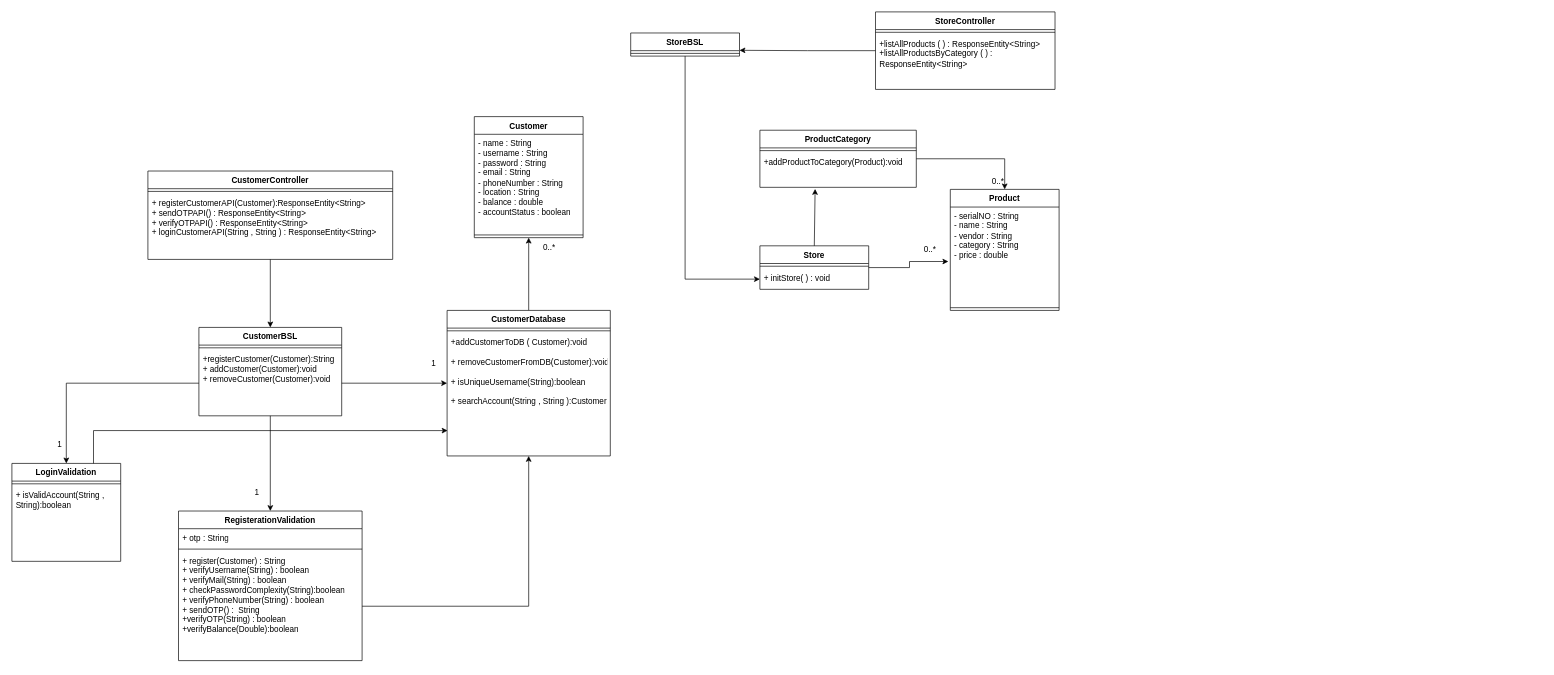
Before: class Diagram.drawio in Doha-Tarek155/orders-notifications-service, a draw.io diagram. Source tidied: cells renumbered, new cells numbered last; positions are measured from the earlier drawing's top-left corner, leaving out a move shared by most shapes. Both pictures are drawn from the tidied source at 68%, with x=0, y=0 at pixel (12, 12).
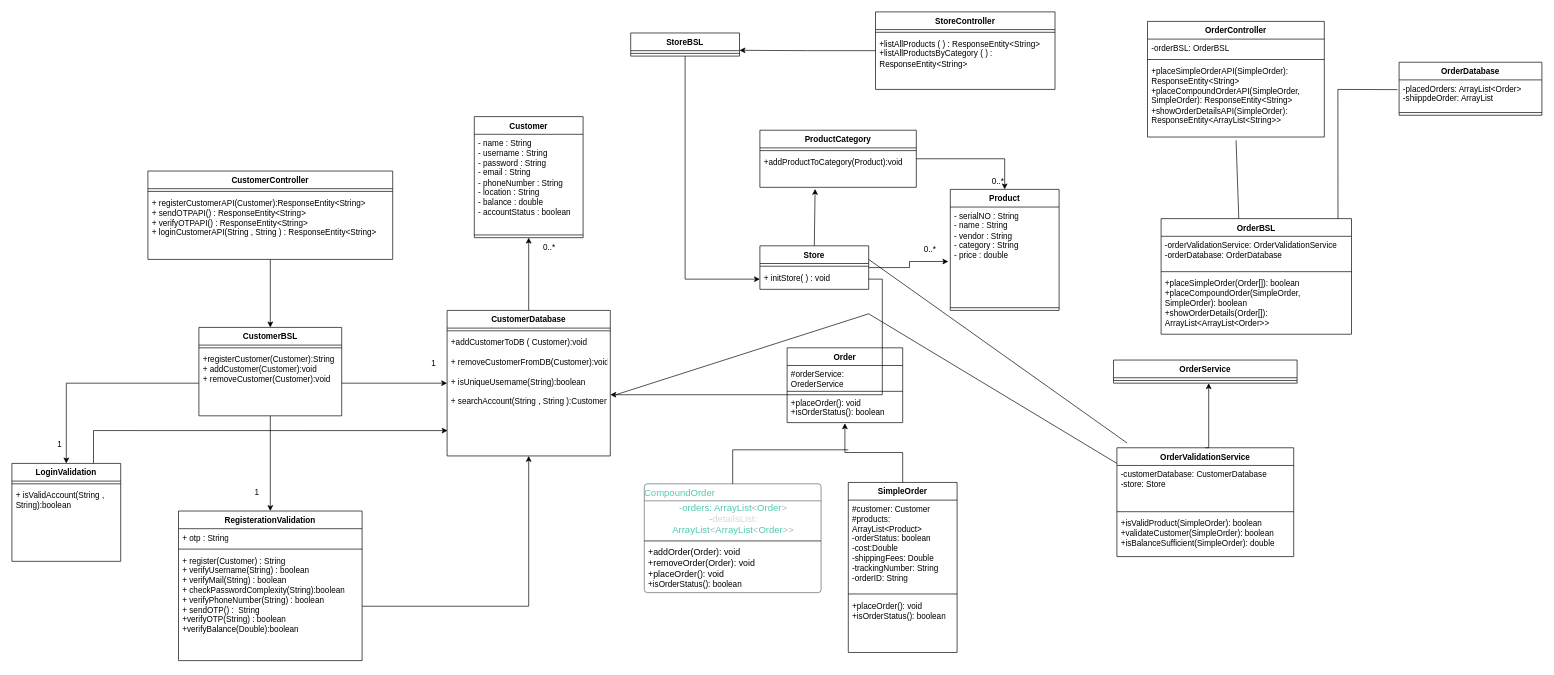
The same diagram, later.

Unchanged cells that the change refers to:
```xml
<mxCell id="16" value="+addCustomerToDB ( Customer):void&lt;br&gt;&lt;br&gt;+&amp;nbsp;removeCustomerFromDB(Customer):void&lt;br&gt;&lt;br&gt;+ isUniqueUsername(String):boolean&lt;br&gt;&lt;br&gt;+ searchAccount(String , String ):Customer" style="text;strokeColor=none;fillColor=none;align=left;verticalAlign=top;spacingLeft=4;spacingRight=4;overflow=hidden;points=[[0,0.5],[1,0.5]];portConstraint=eastwest;whiteSpace=wrap;html=1;" parent="14" vertex="1">
  <mxGeometry y="34" width="240" height="180" as="geometry" />
</mxCell>
<mxCell id="42" value="+ initStore( ) : void" style="text;strokeColor=none;fillColor=none;align=left;verticalAlign=top;spacingLeft=4;spacingRight=4;overflow=hidden;points=[[0,0.5],[1,0.5]];portConstraint=eastwest;whiteSpace=wrap;html=1;" parent="40" vertex="1">
  <mxGeometry y="34" width="160" height="30" as="geometry" />
</mxCell>
```

The edit, as a diff of the source:
```diff
@@
+    <mxCell id="54" value="Order" style="swimlane;fontStyle=1;align=center;verticalAlign=top;horizontal=1;startSize=26;whiteSpace=wrap;html=1;" parent="1" vertex="1">
+      <mxGeometry x="1140" y="494" width="170" height="110" as="geometry" />
+    </mxCell>
+    <mxCell id="55" value="#orderService: OrederService&amp;nbsp;" style="text;strokeColor=none;fillColor=none;align=left;verticalAlign=top;spacingLeft=4;spacingRight=4;overflow=hidden;whiteSpace=wrap;html=1;" parent="54" vertex="1">
+      <mxGeometry y="26" width="170" height="34" as="geometry" />
+    </mxCell>
+    <mxCell id="56" style="line;strokeWidth=1;fillColor=none;align=left;verticalAlign=middle;spacingTop=-1;spacingLeft=3;spacingRight=3;labelPosition=right;strokeColor=inherit;" parent="54" vertex="1">
+      <mxGeometry y="60" width="170" height="8" as="geometry" />
+    </mxCell>
+    <mxCell id="57" value="+placeOrder(): void&lt;br&gt;+isOrderStatus(): boolean&lt;br&gt;" style="text;strokeColor=none;fillColor=none;align=left;verticalAlign=top;spacingLeft=4;spacingRight=4;overflow=hidden;points=[[0,0.5],[1,0.5]];portConstraint=eastwest;whiteSpace=wrap;html=1;" parent="54" vertex="1">
+      <mxGeometry y="68" width="170" height="42" as="geometry" />
+    </mxCell>
+    <mxCell id="58" value="SimpleOrder" style="swimlane;fontStyle=1;align=center;verticalAlign=top;horizontal=1;startSize=26;whiteSpace=wrap;html=1;" parent="1" vertex="1">
+      <mxGeometry x="1230" y="692" width="160" height="250" as="geometry" />
+    </mxCell>
+    <mxCell id="59" value="#customer: Customer&lt;br&gt;#products: ArrayList&amp;lt;Product&amp;gt;&lt;br&gt;-orderStatus: boolean&lt;br&gt;-cost:Double&lt;br&gt;-shippingFees: Double&lt;br&gt;-trackingNumber: String&lt;br&gt;-orderID: String" style="text;strokeColor=none;fillColor=none;align=left;verticalAlign=top;spacingLeft=4;spacingRight=4;overflow=hidden;whiteSpace=wrap;html=1;" parent="58" vertex="1">
+      <mxGeometry y="26" width="160" height="134" as="geometry" />
+    </mxCell>
+    <mxCell id="60" style="line;strokeWidth=1;fillColor=none;align=left;verticalAlign=middle;spacingTop=-1;spacingLeft=3;spacingRight=3;labelPosition=right;strokeColor=inherit;" parent="58" vertex="1">
+      <mxGeometry y="160" width="160" height="8" as="geometry" />
+    </mxCell>
+    <mxCell id="61" value="+placeOrder(): void&lt;br style=&quot;border-color: var(--border-color);&quot;&gt;+isOrderStatus(): boolean&lt;font face=&quot;Consolas, Courier New, monospace&quot; color=&quot;#dcdcaa&quot;&gt;&lt;span style=&quot;font-size: 14px; background-color: rgb(30, 30, 30);&quot;&gt;&lt;br&gt;&lt;/span&gt;&lt;/font&gt;" style="text;strokeColor=none;fillColor=none;align=left;verticalAlign=top;spacingLeft=4;spacingRight=4;overflow=hidden;whiteSpace=wrap;html=1;" parent="58" vertex="1">
+      <mxGeometry y="168" width="160" height="82" as="geometry" />
+    </mxCell>
+    <mxCell id="62" value="CompoundOrder" style="html=1;overflow=block;blockSpacing=1;swimlane;horizontal=1;fontStyle=0;swimlaneFillColor=#ffffff;startSize=25;whiteSpace=wrap;fontSize=14;fontColor=#4ec9b0;align=left;spacing=0;strokeColor=#3a414a;strokeOpacity=100;rounded=1;absoluteArcSize=1;arcSize=9;strokeWidth=0.8;" parent="1" vertex="1">
+      <mxGeometry x="930" y="694" width="260" height="160" as="geometry" />
+    </mxCell>
+    <mxCell id="63" value="&lt;div style=&quot;display: flex; justify-content: center; text-align: center; align-items: baseline; font-size: 0; line-height: 1.25;margin-top: -2px;&quot;&gt;&lt;span&gt;&lt;span style=&quot;font-size:14px;color:#4ec9b0;&quot;&gt;-orders: ArrayList&lt;/span&gt;&lt;span style=&quot;font-size:14px;color:#b4b4b4;&quot;&gt;&amp;lt;&lt;/span&gt;&lt;span style=&quot;font-size:14px;color:#4ec9b0;&quot;&gt;Order&lt;/span&gt;&lt;span style=&quot;font-size:14px;color:#b4b4b4;&quot;&gt;&amp;gt;&#10;&lt;/span&gt;&lt;/span&gt;&lt;/div&gt;&lt;div style=&quot;display: flex; justify-content: center; text-align: center; align-items: baseline; font-size: 0; line-height: 1.25;margin-top: -2px;&quot;&gt;&lt;span&gt;&lt;span style=&quot;font-size:14px;color:#b4b4b4;&quot;&gt;-&lt;/span&gt;&lt;span style=&quot;font-size:14px;color:#dadada;&quot;&gt;detailsList: &lt;/span&gt;&lt;span style=&quot;font-size:14px;color:#4ec9b0;&quot;&gt;ArrayList&lt;/span&gt;&lt;span style=&quot;font-size:14px;color:#b4b4b4;&quot;&gt;&amp;lt;&lt;/span&gt;&lt;span style=&quot;font-size:14px;color:#4ec9b0;&quot;&gt;ArrayList&lt;/span&gt;&lt;span style=&quot;font-size:14px;color:#b4b4b4;&quot;&gt;&amp;lt;&lt;/span&gt;&lt;span style=&quot;font-size:14px;color:#4ec9b0;&quot;&gt;Order&lt;/span&gt;&lt;span style=&quot;font-size:14px;color:#b4b4b4;&quot;&gt;&amp;gt;&amp;gt;&lt;/span&gt;&lt;/span&gt;&lt;/div&gt;" style="html=1;strokeColor=none;fillColor=none;align=left;verticalAlign=middle;spacingLeft=4;spacingRight=4;overflow=hidden;swimlaneFillColor=#ffffff;strokeOpacity=100;whiteSpace=wrap;fontSize=14;fontColor=#4ec9b0;" parent="62" vertex="1">
+      <mxGeometry y="25" width="260" height="55" as="geometry" />
+    </mxCell>
+    <mxCell id="64" style="line;strokeWidth=1;fillColor=none;align=left;verticalAlign=middle;spacingTop=-1;spacingLeft=3;spacingRight=3;labelPosition=right;" parent="62" vertex="1">
+      <mxGeometry y="80" width="260" height="8" as="geometry" />
+    </mxCell>
+    <mxCell id="65" value="+addOrder(Order): void&lt;br&gt;+removeOrder(Order): void&lt;br&gt;+placeOrder(): void&lt;br style=&quot;border-color: var(--border-color); font-size: 12px;&quot;&gt;&lt;span style=&quot;font-size: 12px;&quot;&gt;+isOrderStatus(): boolean&lt;/span&gt;" style="strokeColor=none;fillColor=none;align=left;verticalAlign=middle;spacingLeft=4;spacingRight=4;swimlaneFillColor=#ffffff;strokeOpacity=100;whiteSpace=wrap;overflow=block;blockSpacing=1;html=1;fontSize=13;" parent="62" vertex="1">
+      <mxGeometry y="88" width="260" height="72" as="geometry" />
+    </mxCell>
+    <mxCell id="66" value="OrderService" style="swimlane;fontStyle=1;align=center;verticalAlign=top;horizontal=1;startSize=26;whiteSpace=wrap;html=1;" parent="1" vertex="1">
+      <mxGeometry x="1620" y="512" width="270" height="34" as="geometry" />
+    </mxCell>
+    <mxCell id="67" style="line;strokeWidth=1;fillColor=none;align=left;verticalAlign=middle;spacingTop=-1;spacingLeft=3;spacingRight=3;labelPosition=right;strokeColor=inherit;" parent="66" vertex="1">
+      <mxGeometry y="26" width="270" height="8" as="geometry" />
+    </mxCell>
+    <mxCell id="68" style="edgeStyle=orthogonalEdgeStyle;rounded=0;jettySize=auto;html=1;exitX=0.5;exitY=0;exitDx=0;exitDy=0;entryX=0.5;entryY=1.024;entryDx=0;entryDy=0;entryPerimeter=0;" parent="1" edge="1" source="58" target="57">
+      <mxGeometry relative="1" as="geometry" />
+    </mxCell>
+    <mxCell id="69" style="endArrow=none;html=1;rounded=0;exitX=0.5;exitY=0;exitDx=0;exitDy=0;" parent="1" edge="1" source="62">
+      <mxGeometry relative="1" as="geometry">
+        <mxPoint x="1230" y="644" as="targetPoint" />
+        <Array as="points">
+          <mxPoint x="1060" y="644" />
+        </Array>
+      </mxGeometry>
+    </mxCell>
+    <mxCell id="70" value="OrderValidationService" style="swimlane;fontStyle=1;align=center;verticalAlign=top;horizontal=1;startSize=26;whiteSpace=wrap;html=1;" parent="1" vertex="1">
+      <mxGeometry x="1625" y="641" width="260" height="160" as="geometry" />
+    </mxCell>
+    <mxCell id="71" value="-customerDatabase: CustomerDatabase&lt;br&gt;-store: Store" style="text;strokeColor=none;fillColor=none;align=left;verticalAlign=top;spacingLeft=4;spacingRight=4;overflow=hidden;whiteSpace=wrap;html=1;" parent="70" vertex="1">
+      <mxGeometry y="26" width="260" height="64" as="geometry" />
+    </mxCell>
+    <mxCell id="72" style="line;strokeWidth=1;fillColor=none;align=left;verticalAlign=middle;spacingTop=-1;spacingLeft=3;spacingRight=3;labelPosition=right;strokeColor=inherit;" parent="70" vertex="1">
+      <mxGeometry y="90" width="260" height="8" as="geometry" />
+    </mxCell>
+    <mxCell id="73" value="+isValidProduct(SimpleOrder): boolean&lt;br&gt;+validateCustomer(SimpleOrder): boolean&lt;br&gt;+isBalanceSufficient(SimpleOrder): double" style="text;strokeColor=none;fillColor=none;align=left;verticalAlign=top;spacingLeft=4;spacingRight=4;overflow=hidden;whiteSpace=wrap;html=1;" parent="70" vertex="1">
+      <mxGeometry y="98" width="260" height="62" as="geometry" />
+    </mxCell>
+    <mxCell id="74" style="edgeStyle=orthogonalEdgeStyle;rounded=0;jettySize=auto;html=1;exitX=0.5;exitY=0;exitDx=0;exitDy=0;entryX=0.5;entryY=1.024;entryDx=0;entryDy=0;entryPerimeter=0;" parent="1" edge="1" source="70">
+      <mxGeometry relative="1" as="geometry">
+        <mxPoint x="1760" y="546" as="targetPoint" />
+        <Array as="points">
+          <mxPoint x="1760" y="641" />
+        </Array>
+      </mxGeometry>
+    </mxCell>
+    <mxCell id="75" value="OrderBSL" style="swimlane;fontStyle=1;align=center;verticalAlign=top;horizontal=1;startSize=26;whiteSpace=wrap;html=1;" parent="1" vertex="1">
+      <mxGeometry x="1690" y="304" width="280" height="170" as="geometry" />
+    </mxCell>
+    <mxCell id="76" value="-orderValidationService:&amp;nbsp;OrderValidationService&lt;br&gt;-orderDatabase: OrderDatabase" style="text;strokeColor=none;fillColor=none;align=left;verticalAlign=top;spacingLeft=4;spacingRight=4;overflow=hidden;whiteSpace=wrap;html=1;" parent="75" vertex="1">
+      <mxGeometry y="26" width="280" height="48" as="geometry" />
+    </mxCell>
+    <mxCell id="77" style="line;strokeWidth=1;fillColor=none;align=left;verticalAlign=middle;spacingTop=-1;spacingLeft=3;spacingRight=3;labelPosition=right;strokeColor=inherit;" parent="75" vertex="1">
+      <mxGeometry y="74" width="280" height="8" as="geometry" />
+    </mxCell>
+    <mxCell id="78" value="+placeSimpleOrder(Order[]): boolean&lt;br&gt;+placeCompoundOrder(SimpleOrder, SimpleOrder): boolean&lt;br&gt;+showOrderDetails(Order[]): ArrayList&amp;lt;ArrayList&amp;lt;Order&amp;gt;&amp;gt;" style="text;strokeColor=none;fillColor=none;align=left;verticalAlign=top;spacingLeft=4;spacingRight=4;overflow=hidden;whiteSpace=wrap;html=1;" parent="75" vertex="1">
+      <mxGeometry y="82" width="280" height="88" as="geometry" />
+    </mxCell>
+    <mxCell id="79" value="OrderController" style="swimlane;fontStyle=1;align=center;verticalAlign=top;horizontal=1;startSize=26;whiteSpace=wrap;html=1;" parent="1" vertex="1">
+      <mxGeometry x="1670" y="14" width="260" height="170" as="geometry" />
+    </mxCell>
+    <mxCell id="80" value="-orderBSL: OrderBSL" style="text;strokeColor=none;fillColor=none;align=left;verticalAlign=top;spacingLeft=4;spacingRight=4;overflow=hidden;whiteSpace=wrap;html=1;" parent="79" vertex="1">
+      <mxGeometry y="26" width="260" height="26" as="geometry" />
+    </mxCell>
+    <mxCell id="81" style="line;strokeWidth=1;fillColor=none;align=left;verticalAlign=middle;spacingTop=-1;spacingLeft=3;spacingRight=3;labelPosition=right;strokeColor=inherit;" parent="79" vertex="1">
+      <mxGeometry y="52" width="260" height="8" as="geometry" />
+    </mxCell>
+    <mxCell id="82" value="+placeSimpleOrderAPI(SimpleOrder): ResponseEntity&amp;lt;String&amp;gt;&lt;br&gt;+placeCompoundOrderAPI(SimpleOrder, SimpleOrder): ResponseEntity&amp;lt;String&amp;gt;&lt;br&gt;+showOrderDetailsAPI(SimpleOrder): ResponseEntity&amp;lt;ArrayList&amp;lt;String&amp;gt;&amp;gt;&lt;br&gt;&amp;nbsp;" style="text;strokeColor=none;fillColor=none;align=left;verticalAlign=top;spacingLeft=4;spacingRight=4;overflow=hidden;points=[[0,0.5],[1,0.5]];portConstraint=eastwest;whiteSpace=wrap;html=1;" parent="79" vertex="1">
+      <mxGeometry y="60" width="260" height="110" as="geometry" />
+    </mxCell>
+    <mxCell id="83" style="endArrow=none;html=1;rounded=0;" parent="1" edge="1">
+      <mxGeometry relative="1" as="geometry">
+        <mxPoint x="885" y="564" as="sourcePoint" />
+        <mxPoint x="1625" y="664" as="targetPoint" />
+        <Array as="points">
+          <mxPoint x="1260" y="444" />
+        </Array>
+      </mxGeometry>
+    </mxCell>
+    <mxCell id="84" style="edgeStyle=orthogonalEdgeStyle;rounded=0;jettySize=auto;html=1;exitX=1;exitY=0.5;exitDx=0;exitDy=0;" parent="1" edge="1" source="42" target="16">
+      <mxGeometry relative="1" as="geometry" />
+    </mxCell>
+    <mxCell id="85" style="endArrow=none;html=1;rounded=0;" parent="1" edge="1">
+      <mxGeometry relative="1" as="geometry">
+        <mxPoint x="1260" y="364" as="sourcePoint" />
+        <mxPoint x="1640" y="634" as="targetPoint" />
+      </mxGeometry>
+    </mxCell>
+    <mxCell id="86" value="OrderDatabase" style="swimlane;fontStyle=1;align=center;verticalAlign=top;horizontal=1;startSize=26;whiteSpace=wrap;html=1;" parent="1" vertex="1">
+      <mxGeometry x="2040" y="74" width="210" height="78" as="geometry" />
+    </mxCell>
+    <mxCell id="87" value="-placedOrders: ArrayList&amp;lt;Order&amp;gt;&lt;br&gt;-shiippdeOrder: ArrayList" style="text;strokeColor=none;fillColor=none;align=left;verticalAlign=top;spacingLeft=4;spacingRight=4;overflow=hidden;points=[[0,0.5],[1,0.5]];portConstraint=eastwest;whiteSpace=wrap;html=1;" parent="86" vertex="1">
+      <mxGeometry y="26" width="210" height="44" as="geometry" />
+    </mxCell>
+    <mxCell id="88" style="line;strokeWidth=1;fillColor=none;align=left;verticalAlign=middle;spacingTop=-1;spacingLeft=3;spacingRight=3;labelPosition=right;strokeColor=inherit;" parent="86" vertex="1">
+      <mxGeometry y="70" width="210" height="8" as="geometry" />
+    </mxCell>
+    <mxCell id="89" style="endArrow=none;html=1;rounded=0;entryX=-0.011;entryY=0.326;entryDx=0;entryDy=0;entryPerimeter=0;exitX=0.929;exitY=0;exitDx=0;exitDy=0;exitPerimeter=0;" parent="1" edge="1" source="75" target="87">
+      <mxGeometry relative="1" as="geometry">
+        <Array as="points">
+          <mxPoint x="1950" y="114" />
+        </Array>
+      </mxGeometry>
+    </mxCell>
+    <mxCell id="90" style="endArrow=none;html=1;rounded=0;entryX=0.501;entryY=1.045;entryDx=0;entryDy=0;entryPerimeter=0;exitX=0.408;exitY=-0.002;exitDx=0;exitDy=0;exitPerimeter=0;" parent="1" edge="1" source="75" target="82">
+      <mxGeometry relative="1" as="geometry" />
+    </mxCell>
```
